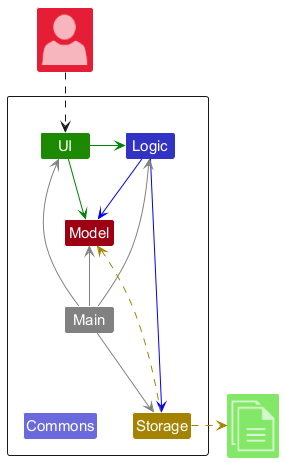
The PlantUML diagram docs/images/ArchitectureDiagram.png in AY2627S1-CS2103T-F13-4/tp, before a commit. Its diagram source:
```plantuml
@startuml
!include <office/Concepts/globe_internet>
!include <office/Concepts/documents>
!include <office/Users/user>
!include style.puml

Package " "<<Rectangle>>{
    Class UI UI_COLOR
    Class Logic LOGIC_COLOR
    Class Storage STORAGE_COLOR
    Class Model MODEL_COLOR
    Class Main #grey
    Class Commons LOGIC_COLOR_T2
}

Class "<$user>" as User MODEL_COLOR_T2
Class "<$documents>" as File UI_COLOR_T1


UI -[#green]> Logic
UI -right[#green]-> Model
Logic -[#blue]-> Storage
Logic -down[#blue]-> Model
Main -[#grey]-> UI
Main -[#grey]-> Logic
Main -[#grey]-> Storage
Main -up[#grey]-> Model
Main -down[hidden]-> Commons

Storage -up[STORAGE_COLOR].> Model
Storage .right[STORAGE_COLOR].>File
User ..> UI
@enduml
```
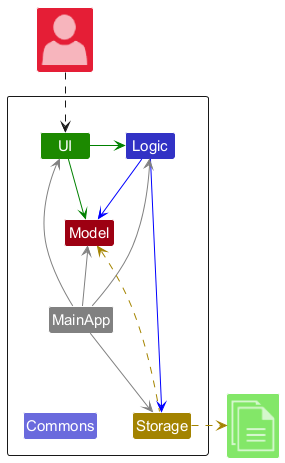
After the change.

Diff of the diagram source:
```diff
@@ -9,7 +9,7 @@
     Class Logic LOGIC_COLOR
     Class Storage STORAGE_COLOR
     Class Model MODEL_COLOR
-    Class Main #grey
+    Class MainApp #grey
     Class Commons LOGIC_COLOR_T2
 }
 
@@ -21,11 +21,11 @@
 UI -right[#green]-> Model
 Logic -[#blue]-> Storage
 Logic -down[#blue]-> Model
-Main -[#grey]-> UI
-Main -[#grey]-> Logic
-Main -[#grey]-> Storage
-Main -up[#grey]-> Model
-Main -down[hidden]-> Commons
+MainApp -[#grey]-> UI
+MainApp -[#grey]-> Logic
+MainApp -[#grey]-> Storage
+MainApp -up[#grey]-> Model
+MainApp -down[hidden]-> Commons
 
 Storage -up[STORAGE_COLOR].> Model
 Storage .right[STORAGE_COLOR].>File
```
